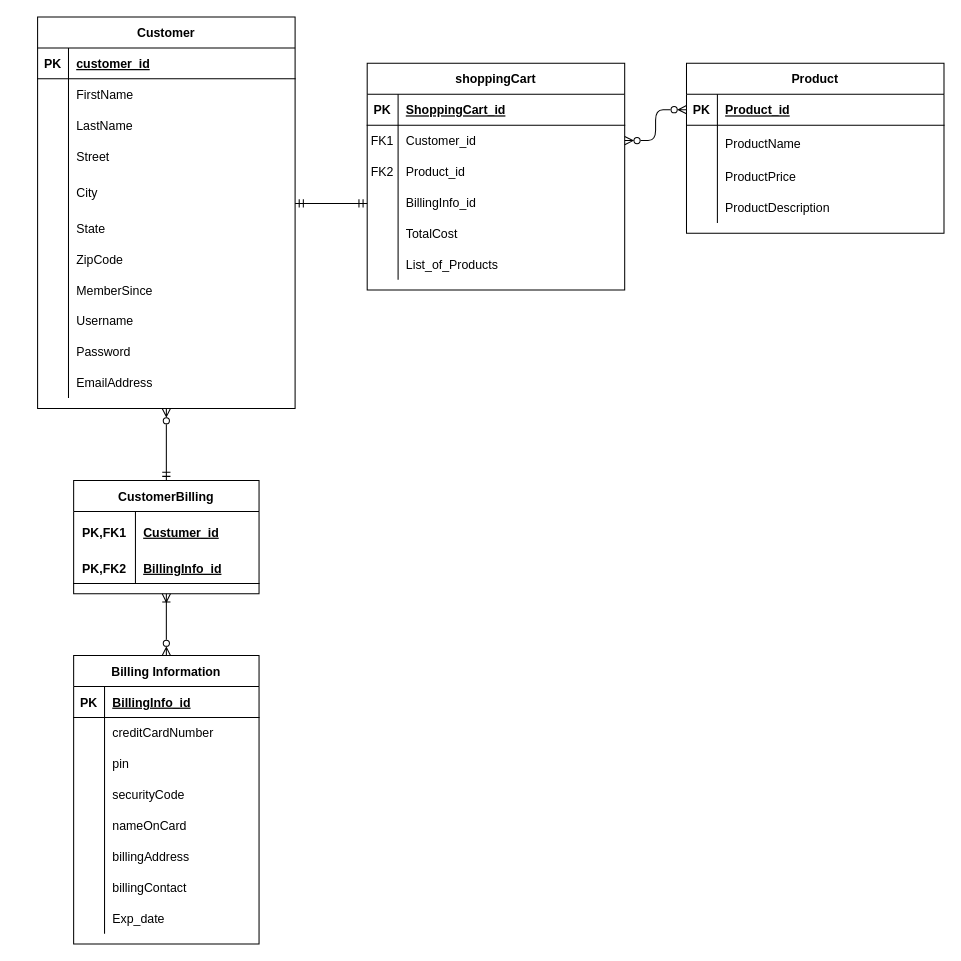
Before: eCommerseERD.drawio in aamrlyman/Practice-Repo, a draw.io diagram. Source tidied: cells renumbered, new cells numbered last; positions are measured from the earlier drawing's top-left corner, leaving out a move shared by most shapes. Both pictures are drawn from the tidied source at 103%, with x=0, y=0 at pixel (37, 16).
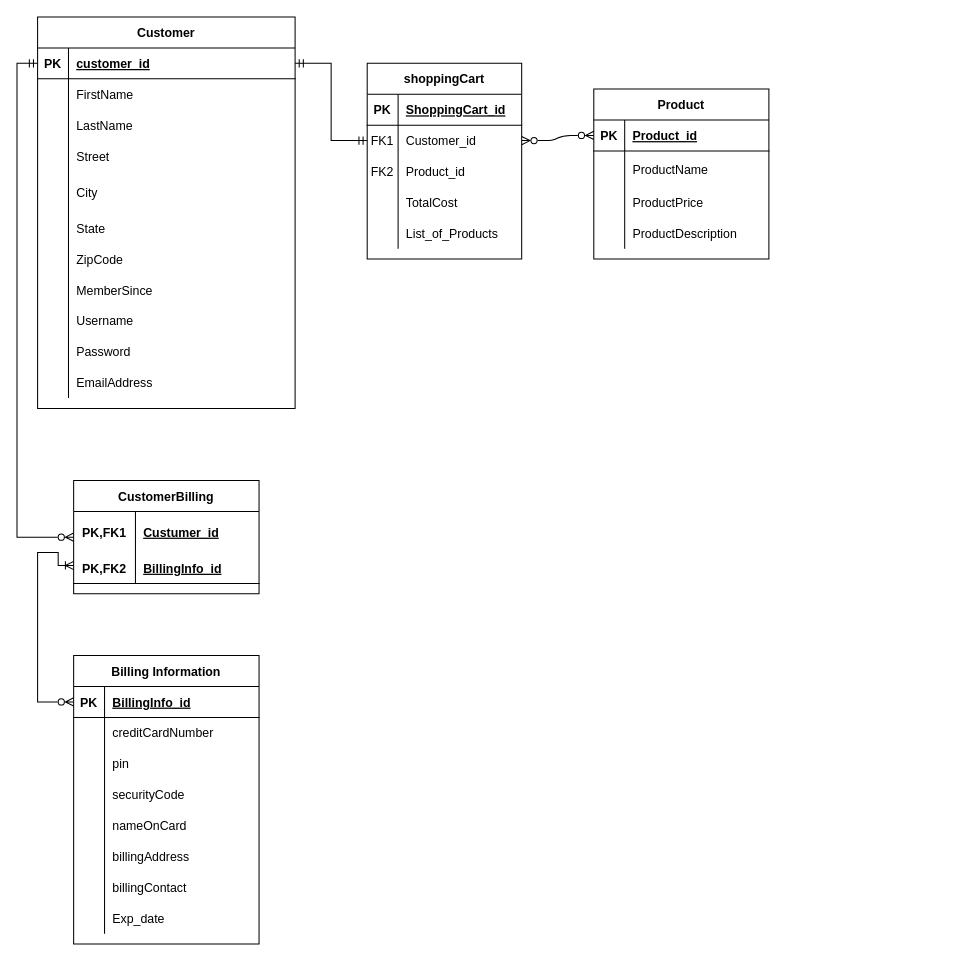
After the change.

The change refers to these unchanged cells:
```xml
<mxCell id="35" value="Customer" style="shape=table;startSize=30;childLayout=tableLayout;rowLines=0;fontStyle=1;align=center;" parent="1" vertex="1">
  <mxGeometry width="250" height="380" as="geometry" />
</mxCell>
<mxCell id="36" style="shape=partialRectangle;fillColor=none;points=[[0,0.5],[1,0.5]];portConstraint=eastwest;top=0;left=0;right=0;bottom=1;" parent="35" vertex="1">
  <mxGeometry y="30" width="250" height="30" as="geometry" />
</mxCell>
<mxCell id="69" value="Billing Information" style="shape=table;startSize=30;childLayout=tableLayout;rowLines=0;fontStyle=1;align=center;" parent="1" vertex="1">
  <mxGeometry x="35" y="620" width="180" height="280" as="geometry" />
</mxCell>
<mxCell id="70" style="shape=tableRow;horizontal=0;startSize=0;swimlaneHead=0;swimlaneBody=0;fillColor=none;points=[[0,0.5],[1,0.5]];portConstraint=eastwest;top=0;left=0;right=0;bottom=1;" parent="69" vertex="1">
  <mxGeometry y="30" width="180" height="30" as="geometry" />
</mxCell>
<mxCell id="96" value="CustomerBilling" style="shape=table;startSize=30;childLayout=tableLayout;rowLines=0;fontStyle=1;align=center;" parent="1" vertex="1">
  <mxGeometry x="35" y="450" width="180" height="110" as="geometry" />
</mxCell>
```

The edit, as a diff of the source:
```diff
@@
     <mxCell id="3" value="Product" style="shape=table;startSize=30;childLayout=tableLayout;rowLines=0;fontStyle=1;align=center;" parent="1" vertex="1">
-      <mxGeometry x="630" y="45" width="250" height="165" as="geometry" />
+      <mxGeometry x="540" y="70" width="170" height="165" as="geometry" />
     </mxCell>
     <mxCell id="4" style="shape=partialRectangle;fillColor=none;points=[[0,0.5],[1,0.5]];portConstraint=eastwest;top=0;left=0;right=0;bottom=1;" parent="3" vertex="1">
-      <mxGeometry y="30" width="250" height="30" as="geometry" />
+      <mxGeometry y="30" width="170" height="30" as="geometry" />
     </mxCell>
@@
     <mxCell id="6" value="Product_id" style="shape=partialRectangle;overflow=hidden;fillColor=none;top=0;left=0;bottom=0;right=0;align=left;spacingLeft=6;fontStyle=5;" parent="4" vertex="1">
-      <mxGeometry x="30" width="220" height="30" as="geometry" />
+      <mxGeometry x="30" width="140" height="30" as="geometry" />
     </mxCell>
     <mxCell id="7" style="shape=partialRectangle;fillColor=none;top=0;left=0;right=0;bottom=0;" parent="3" vertex="1">
-      <mxGeometry y="60" width="250" height="35" as="geometry" />
+      <mxGeometry y="60" width="170" height="35" as="geometry" />
     </mxCell>
@@
     <mxCell id="9" value="ProductName" style="shape=partialRectangle;overflow=hidden;fillColor=none;top=0;left=0;bottom=0;right=0;align=left;spacingLeft=6;" parent="7" vertex="1">
-      <mxGeometry x="30" width="220" height="35" as="geometry" />
+      <mxGeometry x="30" width="140" height="35" as="geometry" />
     </mxCell>
     <mxCell id="10" style="shape=partialRectangle;fillColor=none;top=0;left=0;right=0;bottom=0;" parent="3" vertex="1">
-      <mxGeometry y="95" width="250" height="30" as="geometry" />
+      <mxGeometry y="95" width="170" height="30" as="geometry" />
     </mxCell>
@@
     <mxCell id="12" value="ProductPrice" style="shape=partialRectangle;overflow=hidden;fillColor=none;top=0;left=0;bottom=0;right=0;align=left;spacingLeft=6;" parent="10" vertex="1">
-      <mxGeometry x="30" width="220" height="30" as="geometry" />
+      <mxGeometry x="30" width="140" height="30" as="geometry" />
     </mxCell>
     <mxCell id="13" style="shape=partialRectangle;fillColor=none;top=0;left=0;right=0;bottom=0;" parent="3" vertex="1">
-      <mxGeometry y="125" width="250" height="30" as="geometry" />
+      <mxGeometry y="125" width="170" height="30" as="geometry" />
     </mxCell>
@@
     <mxCell id="15" value="ProductDescription" style="shape=partialRectangle;overflow=hidden;fillColor=none;top=0;left=0;bottom=0;right=0;align=left;spacingLeft=6;" parent="13" vertex="1">
-      <mxGeometry x="30" width="220" height="30" as="geometry" />
+      <mxGeometry x="30" width="140" height="30" as="geometry" />
     </mxCell>
     <mxCell id="16" value="shoppingCart" style="shape=table;startSize=30;childLayout=tableLayout;rowLines=0;fontStyle=1;align=center;" parent="1" vertex="1">
-      <mxGeometry x="320" y="45" width="250" height="220" as="geometry" />
+      <mxGeometry x="320" y="45" width="150" height="190" as="geometry" />
     </mxCell>
     <mxCell id="17" style="shape=partialRectangle;fillColor=none;top=0;left=0;right=0;bottom=1;" parent="16" vertex="1">
-      <mxGeometry y="30" width="250" height="30" as="geometry" />
+      <mxGeometry y="30" width="150" height="30" as="geometry" />
     </mxCell>
@@
     <mxCell id="19" value="ShoppingCart_id" style="shape=partialRectangle;overflow=hidden;fillColor=none;top=0;left=0;bottom=0;right=0;align=left;spacingLeft=6;fontStyle=5;" parent="17" vertex="1">
-      <mxGeometry x="30" width="220" height="30" as="geometry" />
+      <mxGeometry x="30" width="120" height="30" as="geometry" />
     </mxCell>
     <mxCell id="20" style="shape=partialRectangle;fillColor=none;points=[[0,0.5],[1,0.5]];portConstraint=eastwest;top=0;left=0;right=0;bottom=0;" parent="16" vertex="1">
-      <mxGeometry y="60" width="250" height="30" as="geometry" />
+      <mxGeometry y="60" width="150" height="30" as="geometry" />
     </mxCell>
@@
     <mxCell id="22" value="Customer_id" style="shape=partialRectangle;overflow=hidden;fillColor=none;top=0;left=0;bottom=0;right=0;align=left;spacingLeft=6;" parent="20" vertex="1">
-      <mxGeometry x="30" width="220" height="30" as="geometry" />
+      <mxGeometry x="30" width="120" height="30" as="geometry" />
     </mxCell>
     <mxCell id="23" style="shape=partialRectangle;fillColor=none;top=0;left=0;right=0;bottom=0;" parent="16" vertex="1">
-      <mxGeometry y="90" width="250" height="30" as="geometry" />
+      <mxGeometry y="90" width="150" height="30" as="geometry" />
     </mxCell>
@@
     <mxCell id="25" value="Product_id" style="shape=partialRectangle;overflow=hidden;fillColor=none;top=0;left=0;bottom=0;right=0;align=left;spacingLeft=6;" parent="23" vertex="1">
-      <mxGeometry x="30" width="220" height="30" as="geometry" />
+      <mxGeometry x="30" width="120" height="30" as="geometry" />
     </mxCell>
-    <mxCell id="26" style="shape=partialRectangle;fillColor=none;points=[[0,0.5],[1,0.5]];portConstraint=eastwest;top=0;left=0;right=0;bottom=0;" parent="16" vertex="1">
-      <mxGeometry y="120" width="250" height="30" as="geometry" />
-    </mxCell>
-    <mxCell id="27" style="shape=partialRectangle;overflow=hidden;fillColor=none;top=0;left=0;bottom=0;right=0;" parent="26" vertex="1">
-      <mxGeometry width="30" height="30" as="geometry" />
-    </mxCell>
-    <mxCell id="28" value="BillingInfo_id" style="shape=partialRectangle;overflow=hidden;fillColor=none;top=0;left=0;bottom=0;right=0;align=left;spacingLeft=6;" parent="26" vertex="1">
-      <mxGeometry x="30" width="220" height="30" as="geometry" />
-    </mxCell>
     <mxCell id="29" style="shape=partialRectangle;fillColor=none;top=0;left=0;right=0;bottom=0;" parent="16" vertex="1">
-      <mxGeometry y="150" width="250" height="30" as="geometry" />
+      <mxGeometry y="120" width="150" height="30" as="geometry" />
     </mxCell>
@@
     <mxCell id="31" value="TotalCost" style="shape=partialRectangle;overflow=hidden;fillColor=none;top=0;left=0;bottom=0;right=0;align=left;spacingLeft=6;" parent="29" vertex="1">
-      <mxGeometry x="30" width="220" height="30" as="geometry" />
+      <mxGeometry x="30" width="120" height="30" as="geometry" />
     </mxCell>
     <mxCell id="32" style="shape=partialRectangle;fillColor=none;top=0;left=0;right=0;bottom=0;" parent="16" vertex="1">
-      <mxGeometry y="180" width="250" height="30" as="geometry" />
+      <mxGeometry y="150" width="150" height="30" as="geometry" />
     </mxCell>
@@
     <mxCell id="34" value="List_of_Products" style="shape=partialRectangle;overflow=hidden;fillColor=none;top=0;left=0;bottom=0;right=0;align=left;spacingLeft=6;" parent="32" vertex="1">
-      <mxGeometry x="30" width="220" height="30" as="geometry" />
+      <mxGeometry x="30" width="120" height="30" as="geometry" />
     </mxCell>
@@
-    <mxCell id="94" style="edgeStyle=orthogonalEdgeStyle;rounded=0;jettySize=auto;html=1;startArrow=ERmandOne;startFill=0;endArrow=ERzeroToMany;endFill=0;strokeColor=default;entryX=0.5;entryY=1;entryDx=0;entryDy=0;" parent="1" edge="1" source="96" target="35">
-      <mxGeometry relative="1" as="geometry" />
-    </mxCell>
-    <mxCell id="95" style="edgeStyle=orthogonalEdgeStyle;rounded=0;jettySize=auto;html=1;entryX=0.5;entryY=0;entryDx=0;entryDy=0;startArrow=ERoneToMany;startFill=0;endArrow=ERzeroToMany;endFill=0;strokeColor=default;" parent="1" edge="1" source="96" target="69">
-      <mxGeometry relative="1" as="geometry" />
+    <mxCell id="95" style="edgeStyle=orthogonalEdgeStyle;rounded=0;jettySize=auto;html=1;startArrow=ERoneToMany;startFill=0;endArrow=ERzeroToMany;endFill=0;strokeColor=default;exitX=0;exitY=0.75;exitDx=0;exitDy=0;" parent="1" edge="1" source="96" target="70">
+      <mxGeometry relative="1" as="geometry">
+        <Array as="points">
+          <mxPoint x="20" y="533" />
+          <mxPoint x="20" y="520" />
+          <mxPoint y="520" />
+          <mxPoint y="665" />
+        </Array>
+      </mxGeometry>
     </mxCell>
+    <mxCell id="104" style="edgeStyle=orthogonalEdgeStyle;rounded=0;jettySize=auto;html=1;startArrow=ERzeroToMany;startFill=0;endArrow=ERmandOne;endFill=0;strokeColor=default;entryX=0;entryY=0.5;entryDx=0;entryDy=0;" parent="1" edge="1" source="96" target="36">
+      <mxGeometry relative="1" as="geometry">
+        <Array as="points">
+          <mxPoint x="-20" y="505" />
+          <mxPoint x="-20" y="45" />
+        </Array>
+      </mxGeometry>
+    </mxCell>
@@
-    <mxCell id="103" style="edgeStyle=orthogonalEdgeStyle;rounded=0;jettySize=auto;html=1;startArrow=ERmandOne;startFill=0;endArrow=ERmandOne;endFill=0;strokeColor=default;" parent="1" edge="1" source="26">
-      <mxGeometry relative="1" as="geometry">
-        <mxPoint x="250" y="181" as="targetPoint" />
-        <Array as="points">
-          <mxPoint x="300" y="181" />
-          <mxPoint x="300" y="181" />
-        </Array>
-      </mxGeometry>
+    <mxCell id="103" style="edgeStyle=orthogonalEdgeStyle;rounded=0;jettySize=auto;html=1;startArrow=ERmandOne;startFill=0;endArrow=ERmandOne;endFill=0;strokeColor=default;exitX=0;exitY=0.5;exitDx=0;exitDy=0;" parent="1" edge="1" source="20" target="36">
+      <mxGeometry relative="1" as="geometry" />
     </mxCell>
```
